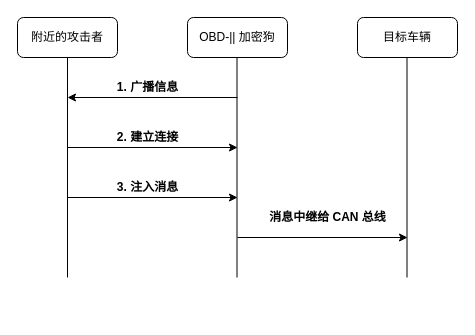
This is Untitled Diagram.drawio from irenjie/academic, a draw.io file, before an edit. Source tidied: cells renumbered, new cells numbered last; positions are measured from the earlier drawing's top-left corner, leaving out a move shared by most shapes. Both pictures are drawn from the tidied source at 100%, with x=0, y=0 at pixel (17, 17).
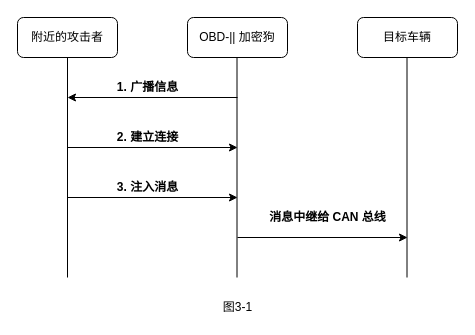
Above is the later version.

Change to the diagram source:
```diff
@@
+    <mxCell id="16" value="图3-1" style="text;html=1;align=center;verticalAlign=middle;" parent="1" vertex="1">
+      <mxGeometry x="195" y="280" width="50" height="20" as="geometry" />
+    </mxCell>
```
